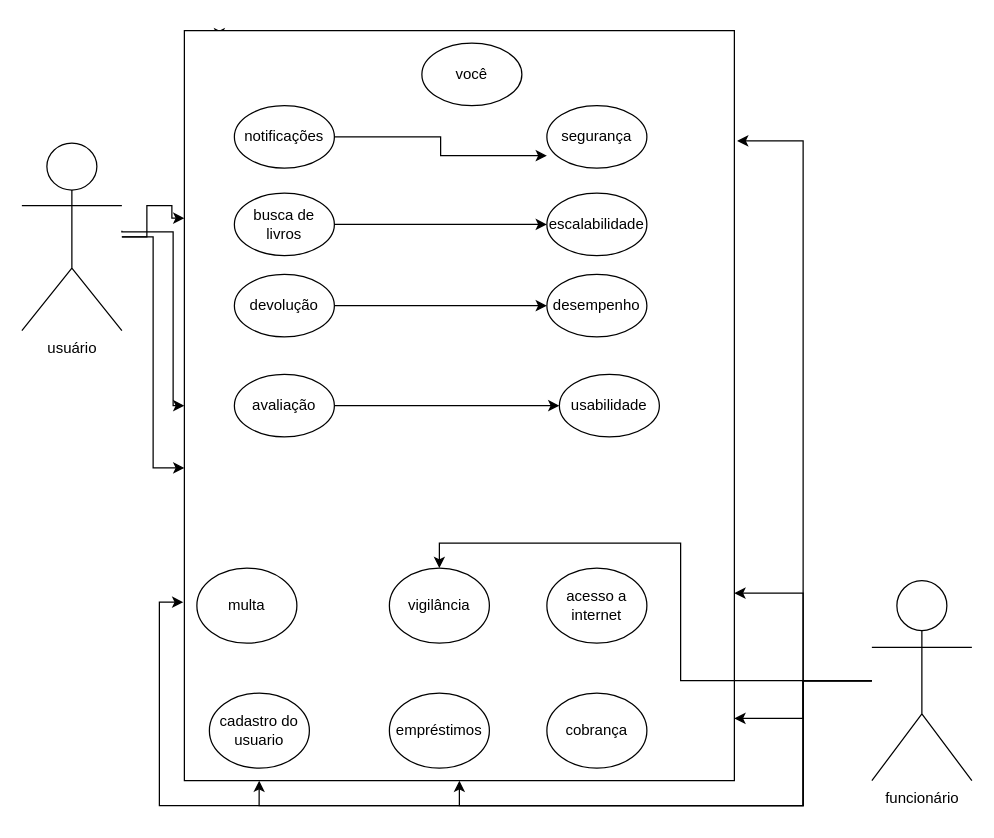
This is Diagrama sem nome.drawio from sahbg722/html-emerson, a draw.io file, before an edit. Source tidied: cells renumbered, new cells numbered last; positions are measured from the earlier drawing's top-left corner, leaving out a move shared by most shapes. Both pictures are drawn from the tidied source at 125%, with x=0, y=0 at pixel (21, 30).
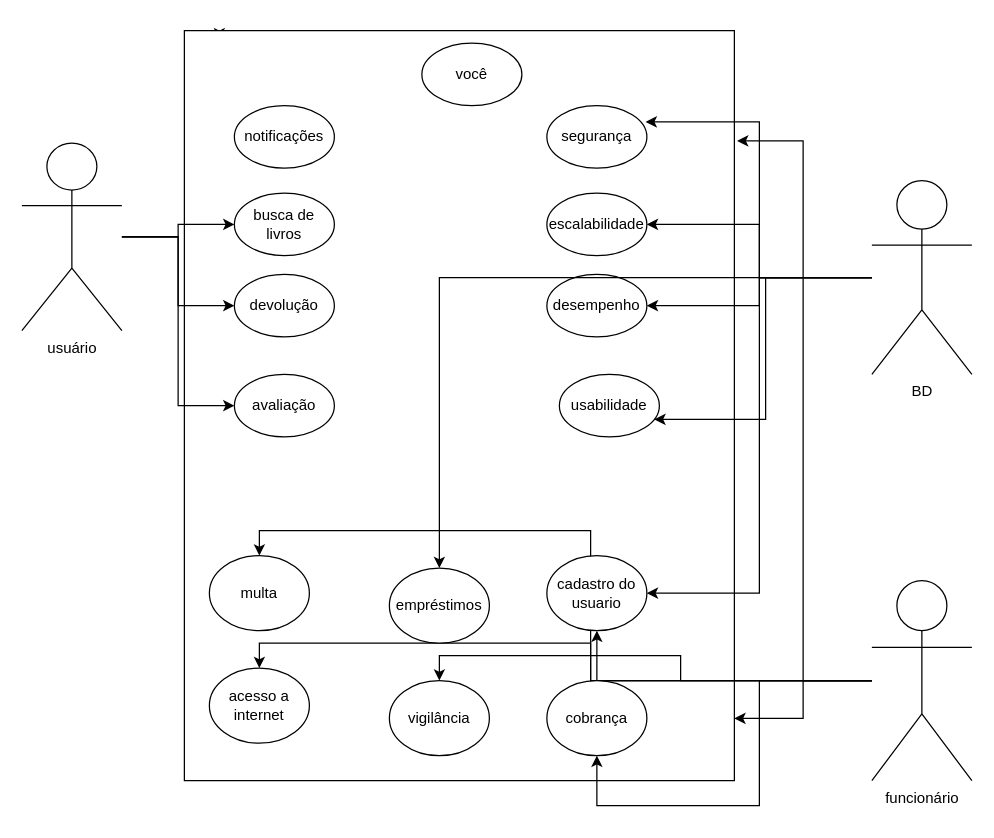
The same diagram, later.

The change refers to these unchanged cells:
```xml
<mxCell id="4" style="rounded=0;whiteSpace=wrap;html=1;" parent="1" vertex="1">
  <mxGeometry x="130" width="440" height="600" as="geometry" />
</mxCell>
<mxCell id="6" value="segurança" style="ellipse;whiteSpace=wrap;html=1;" parent="1" vertex="1">
  <mxGeometry x="420" y="60" width="80" height="50" as="geometry" />
</mxCell>
<mxCell id="7" value="usabilidade" style="ellipse;whiteSpace=wrap;html=1;" parent="1" vertex="1">
  <mxGeometry x="430" y="275" width="80" height="50" as="geometry" />
</mxCell>
<mxCell id="8" value="desempenho" style="ellipse;whiteSpace=wrap;html=1;" parent="1" vertex="1">
  <mxGeometry x="420" y="195" width="80" height="50" as="geometry" />
</mxCell>
<mxCell id="9" value="escalabilidade" style="ellipse;whiteSpace=wrap;html=1;" parent="1" vertex="1">
  <mxGeometry x="420" y="130" width="80" height="50" as="geometry" />
</mxCell>
<mxCell id="11" value="busca de livros" style="ellipse;whiteSpace=wrap;html=1;" parent="1" vertex="1">
  <mxGeometry x="170" y="130" width="80" height="50" as="geometry" />
</mxCell>
<mxCell id="13" value="avaliação" style="ellipse;whiteSpace=wrap;html=1;" parent="1" vertex="1">
  <mxGeometry x="170" y="275" width="80" height="50" as="geometry" />
</mxCell>
<mxCell id="14" value="notificações" style="ellipse;whiteSpace=wrap;html=1;" parent="1" vertex="1">
  <mxGeometry x="170" y="60" width="80" height="50" as="geometry" />
</mxCell>
<mxCell id="17" value="funcionário" style="shape=umlActor;verticalLabelPosition=bottom;verticalAlign=top;html=1;outlineConnect=0;" parent="1" vertex="1">
  <mxGeometry x="680" y="440" width="80" height="160" as="geometry" />
</mxCell>
<mxCell id="19" value="usuário" style="shape=umlActor;verticalLabelPosition=bottom;verticalAlign=top;html=1;outlineConnect=0;" parent="1" vertex="1">
  <mxGeometry y="90" width="80" height="150" as="geometry" />
</mxCell>
<mxCell id="31" value="devolução" style="ellipse;whiteSpace=wrap;html=1;" parent="1" vertex="1">
  <mxGeometry x="170" y="195" width="80" height="50" as="geometry" />
</mxCell>
```

The edit, as a diff of the source:
```diff
@@
-    <mxCell id="2" style="edgeStyle=orthogonalEdgeStyle;rounded=0;jettySize=auto;html=1;" parent="1" edge="1" target="4">
-      <mxGeometry relative="1" as="geometry">
-        <mxPoint x="80" y="160" as="sourcePoint" />
-        <Array as="points">
-          <mxPoint x="80" y="161" />
-          <mxPoint x="121" y="161" />
-          <mxPoint x="121" y="300" />
-        </Array>
-      </mxGeometry>
-    </mxCell>
@@
-    <mxCell id="10" style="edgeStyle=orthogonalEdgeStyle;rounded=0;jettySize=auto;html=1;entryX=0;entryY=0.5;entryDx=0;entryDy=0;" parent="1" edge="1" source="11" target="9">
-      <mxGeometry relative="1" as="geometry" />
-    </mxCell>
@@
-    <mxCell id="12" style="edgeStyle=orthogonalEdgeStyle;rounded=0;jettySize=auto;html=1;entryX=0;entryY=0.5;entryDx=0;entryDy=0;" parent="1" edge="1" source="13" target="7">
-      <mxGeometry relative="1" as="geometry" />
-    </mxCell>
@@
-    <mxCell id="15" style="edgeStyle=orthogonalEdgeStyle;rounded=0;jettySize=auto;html=1;entryX=0.5;entryY=1;entryDx=0;entryDy=0;" parent="1" edge="1" source="17" target="4">
-      <mxGeometry relative="1" as="geometry" />
-    </mxCell>
@@
+    <mxCell id="35" style="edgeStyle=orthogonalEdgeStyle;rounded=0;jettySize=auto;html=1;entryX=0.5;entryY=1;entryDx=0;entryDy=0;" parent="1" edge="1" source="17" target="23">
+      <mxGeometry relative="1" as="geometry" />
+    </mxCell>
+    <mxCell id="36" style="edgeStyle=orthogonalEdgeStyle;rounded=0;jettySize=auto;html=1;entryX=0.5;entryY=0;entryDx=0;entryDy=0;" parent="1" edge="1" source="17" target="21">
+      <mxGeometry relative="1" as="geometry" />
+    </mxCell>
+    <mxCell id="37" style="edgeStyle=orthogonalEdgeStyle;rounded=0;jettySize=auto;html=1;entryX=0.5;entryY=1;entryDx=0;entryDy=0;" parent="1" edge="1" source="17" target="25">
+      <mxGeometry relative="1" as="geometry" />
+    </mxCell>
+    <mxCell id="38" style="edgeStyle=orthogonalEdgeStyle;rounded=0;jettySize=auto;html=1;entryX=0.5;entryY=0;entryDx=0;entryDy=0;" parent="1" edge="1" source="17" target="26">
+      <mxGeometry relative="1" as="geometry" />
+    </mxCell>
@@
-    <mxCell id="18" style="edgeStyle=orthogonalEdgeStyle;rounded=0;jettySize=auto;html=1;entryX=0;entryY=0.25;entryDx=0;entryDy=0;" parent="1" edge="1" source="19" target="4">
-      <mxGeometry relative="1" as="geometry">
-        <Array as="points">
-          <mxPoint x="100" y="165" />
-          <mxPoint x="100" y="140" />
-          <mxPoint x="120" y="140" />
-        </Array>
-      </mxGeometry>
-    </mxCell>
+    <mxCell id="39" style="edgeStyle=orthogonalEdgeStyle;rounded=0;jettySize=auto;html=1;entryX=0;entryY=0.5;entryDx=0;entryDy=0;" parent="1" edge="1" source="19" target="13">
+      <mxGeometry relative="1" as="geometry" />
+    </mxCell>
+    <mxCell id="40" style="edgeStyle=orthogonalEdgeStyle;rounded=0;jettySize=auto;html=1;" parent="1" edge="1" source="19" target="31">
+      <mxGeometry relative="1" as="geometry" />
+    </mxCell>
+    <mxCell id="41" style="edgeStyle=orthogonalEdgeStyle;rounded=0;jettySize=auto;html=1;" parent="1" edge="1" source="19" target="11">
+      <mxGeometry relative="1" as="geometry" />
+    </mxCell>
@@
-    <mxCell id="20" style="edgeStyle=orthogonalEdgeStyle;rounded=0;jettySize=auto;html=1;entryX=0;entryY=0.583;entryDx=0;entryDy=0;entryPerimeter=0;" parent="1" edge="1" source="19" target="4">
-      <mxGeometry relative="1" as="geometry" />
-    </mxCell>
     <mxCell id="21" value="acesso a internet" style="ellipse;whiteSpace=wrap;html=1;" parent="1" vertex="1">
-      <mxGeometry x="420" y="430" width="80" height="60" as="geometry" />
+      <mxGeometry x="150" y="510" width="80" height="60" as="geometry" />
     </mxCell>
     <mxCell id="22" value="vigilância" style="ellipse;whiteSpace=wrap;html=1;" parent="1" vertex="1">
-      <mxGeometry x="294" y="430" width="80" height="60" as="geometry" />
+      <mxGeometry x="294" y="520" width="80" height="60" as="geometry" />
     </mxCell>
     <mxCell id="23" value="cadastro do usuario" style="ellipse;whiteSpace=wrap;html=1;" parent="1" vertex="1">
-      <mxGeometry x="150" y="530" width="80" height="60" as="geometry" />
+      <mxGeometry x="420" y="420" width="80" height="60" as="geometry" />
     </mxCell>
     <mxCell id="24" value="empréstimos" style="ellipse;whiteSpace=wrap;html=1;" parent="1" vertex="1">
-      <mxGeometry x="294" y="530" width="80" height="60" as="geometry" />
+      <mxGeometry x="294" y="430" width="80" height="60" as="geometry" />
     </mxCell>
     <mxCell id="25" value="cobrança" style="ellipse;whiteSpace=wrap;html=1;" parent="1" vertex="1">
-      <mxGeometry x="420" y="530" width="80" height="60" as="geometry" />
+      <mxGeometry x="420" y="520" width="80" height="60" as="geometry" />
     </mxCell>
     <mxCell id="26" value="multa" style="ellipse;whiteSpace=wrap;html=1;" parent="1" vertex="1">
-      <mxGeometry x="140" y="430" width="80" height="60" as="geometry" />
+      <mxGeometry x="150" y="420" width="80" height="60" as="geometry" />
     </mxCell>
-    <mxCell id="27" style="edgeStyle=orthogonalEdgeStyle;rounded=0;jettySize=auto;html=1;entryX=1;entryY=0.75;entryDx=0;entryDy=0;" parent="1" edge="1" source="17" target="4">
-      <mxGeometry relative="1" as="geometry" />
-    </mxCell>
@@
-    <mxCell id="29" style="edgeStyle=orthogonalEdgeStyle;rounded=0;jettySize=auto;html=1;entryX=0;entryY=0.8;entryDx=0;entryDy=0;entryPerimeter=0;" parent="1" edge="1" source="14" target="6">
-      <mxGeometry relative="1" as="geometry" />
-    </mxCell>
-    <mxCell id="30" style="edgeStyle=orthogonalEdgeStyle;rounded=0;jettySize=auto;html=1;entryX=0;entryY=0.5;entryDx=0;entryDy=0;" parent="1" edge="1" source="31" target="8">
-      <mxGeometry relative="1" as="geometry" />
-    </mxCell>
@@
-    <mxCell id="32" style="edgeStyle=orthogonalEdgeStyle;rounded=0;jettySize=auto;html=1;entryX=0.136;entryY=1;entryDx=0;entryDy=0;entryPerimeter=0;" parent="1" edge="1" source="17" target="4">
-      <mxGeometry relative="1" as="geometry" />
-    </mxCell>
-    <mxCell id="33" style="edgeStyle=orthogonalEdgeStyle;rounded=0;jettySize=auto;html=1;entryX=-0.002;entryY=0.762;entryDx=0;entryDy=0;entryPerimeter=0;" parent="1" edge="1" source="17" target="4">
-      <mxGeometry relative="1" as="geometry" />
-    </mxCell>
@@
+    <mxCell id="42" style="edgeStyle=orthogonalEdgeStyle;rounded=0;jettySize=auto;html=1;entryX=1;entryY=0.5;entryDx=0;entryDy=0;" parent="1" edge="1" source="46" target="8">
+      <mxGeometry relative="1" as="geometry" />
+    </mxCell>
+    <mxCell id="43" style="edgeStyle=orthogonalEdgeStyle;rounded=0;jettySize=auto;html=1;" parent="1" edge="1" source="46" target="9">
+      <mxGeometry relative="1" as="geometry" />
+    </mxCell>
+    <mxCell id="44" style="edgeStyle=orthogonalEdgeStyle;rounded=0;jettySize=auto;html=1;entryX=1;entryY=0.5;entryDx=0;entryDy=0;" parent="1" edge="1" source="46" target="23">
+      <mxGeometry relative="1" as="geometry" />
+    </mxCell>
+    <mxCell id="45" style="edgeStyle=orthogonalEdgeStyle;rounded=0;jettySize=auto;html=1;entryX=0.5;entryY=0;entryDx=0;entryDy=0;" parent="1" edge="1" source="46" target="24">
+      <mxGeometry relative="1" as="geometry" />
+    </mxCell>
+    <mxCell id="46" value="BD" style="shape=umlActor;verticalLabelPosition=bottom;verticalAlign=top;html=1;outlineConnect=0;" parent="1" vertex="1">
+      <mxGeometry x="680" y="120" width="80" height="155" as="geometry" />
+    </mxCell>
+    <mxCell id="47" style="edgeStyle=orthogonalEdgeStyle;rounded=0;jettySize=auto;html=1;entryX=0.95;entryY=0.72;entryDx=0;entryDy=0;entryPerimeter=0;" parent="1" edge="1" source="46" target="7">
+      <mxGeometry relative="1" as="geometry" />
+    </mxCell>
+    <mxCell id="48" style="edgeStyle=orthogonalEdgeStyle;rounded=0;jettySize=auto;html=1;entryX=0.988;entryY=0.26;entryDx=0;entryDy=0;entryPerimeter=0;" parent="1" edge="1" source="46" target="6">
+      <mxGeometry relative="1" as="geometry" />
+    </mxCell>
```
